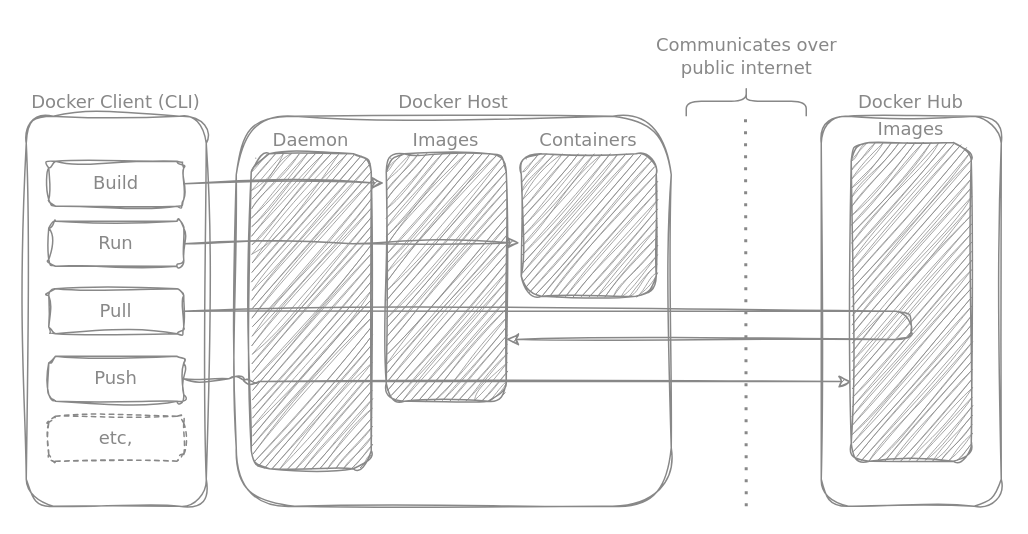
Above: diagrams/docker_architecture.drawio in MichaelStott/tech-squawks (draw.io), before the change. Source tidied: cells renumbered, new cells numbered last; positions are measured from the earlier drawing's top-left corner, leaving out a move shared by most shapes. Both pictures are drawn from the tidied source at 150%, with x=0, y=0 at pixel (26, 26).
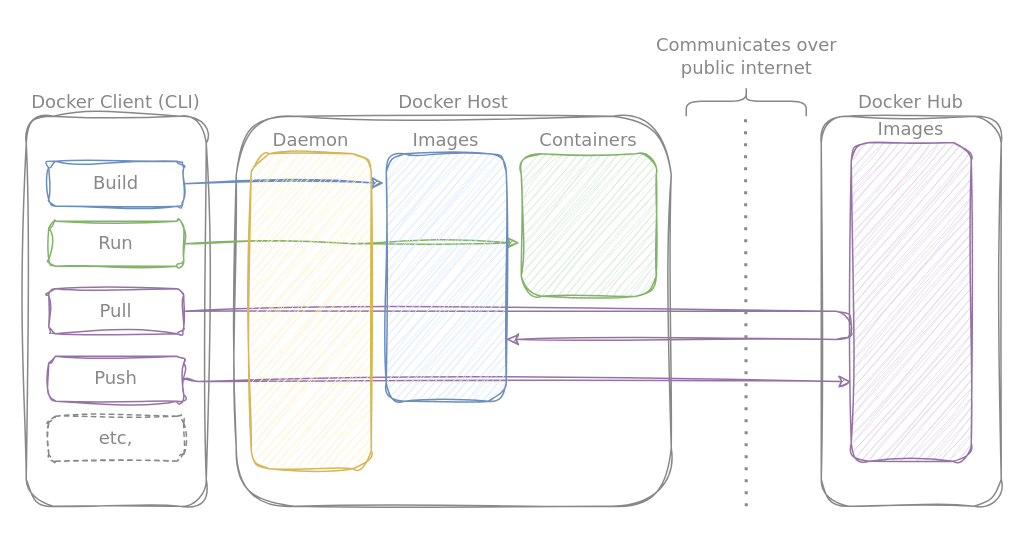
Above is the later version.

Commit message (it also covers changes not shown here):
Updating Docker overview (#79)

Change to the diagram source:
```diff
@@
-    <mxCell id="5" style="edgeStyle=orthogonalEdgeStyle;jettySize=auto;html=1;exitX=1;exitY=0.5;exitDx=0;exitDy=0;entryX=-0.02;entryY=0.118;entryDx=0;entryDy=0;entryPerimeter=0;curved=1;sketch=1;curveFitting=1;jiggle=2;strokeColor=#888888;fontColor=#888888;" parent="1" edge="1" source="6" target="15">
+    <mxCell id="5" style="edgeStyle=orthogonalEdgeStyle;jettySize=auto;html=1;exitX=1;exitY=0.5;exitDx=0;exitDy=0;entryX=-0.02;entryY=0.118;entryDx=0;entryDy=0;entryPerimeter=0;curved=1;sketch=1;curveFitting=1;jiggle=2;strokeColor=#6c8ebf;fontColor=#888888;fillColor=#dae8fc;" parent="1" edge="1" source="6" target="15">
       <mxGeometry relative="1" as="geometry" />
     </mxCell>
-    <mxCell id="6" value="Build" style="rounded=1;whiteSpace=wrap;html=1;fillColor=none;fontFamily=Verdana;sketch=1;curveFitting=1;jiggle=2;strokeColor=#888888;fontColor=#888888;" parent="1" vertex="1">
+    <mxCell id="6" value="&lt;font color=&quot;#888888&quot;&gt;Build&lt;/font&gt;" style="rounded=1;whiteSpace=wrap;html=1;fillColor=none;fontFamily=Verdana;sketch=1;curveFitting=1;jiggle=2;strokeColor=#6c8ebf;" parent="1" vertex="1">
       <mxGeometry x="15" y="90" width="90" height="30" as="geometry" />
     </mxCell>
-    <mxCell id="7" style="edgeStyle=orthogonalEdgeStyle;rounded=0;jettySize=auto;html=1;exitX=1;exitY=0.5;exitDx=0;exitDy=0;entryX=-0.013;entryY=0.625;entryDx=0;entryDy=0;entryPerimeter=0;sketch=1;curveFitting=1;jiggle=2;strokeColor=#888888;fontColor=#888888;" parent="1" edge="1" source="8" target="16">
+    <mxCell id="7" style="edgeStyle=orthogonalEdgeStyle;rounded=0;jettySize=auto;html=1;exitX=1;exitY=0.5;exitDx=0;exitDy=0;entryX=-0.013;entryY=0.625;entryDx=0;entryDy=0;entryPerimeter=0;sketch=1;curveFitting=1;jiggle=2;strokeColor=#82b366;fontColor=#888888;fillColor=#d5e8d4;" parent="1" edge="1" source="8" target="16">
       <mxGeometry relative="1" as="geometry" />
     </mxCell>
-    <mxCell id="8" value="Run" style="rounded=1;whiteSpace=wrap;html=1;fillColor=none;fontFamily=Verdana;sketch=1;curveFitting=1;jiggle=2;strokeColor=#888888;fontColor=#888888;" parent="1" vertex="1">
+    <mxCell id="8" value="&lt;font color=&quot;#888888&quot;&gt;Run&lt;/font&gt;" style="rounded=1;whiteSpace=wrap;html=1;fillColor=none;fontFamily=Verdana;sketch=1;curveFitting=1;jiggle=2;strokeColor=#82b366;" parent="1" vertex="1">
       <mxGeometry x="15" y="130" width="90" height="30" as="geometry" />
     </mxCell>
-    <mxCell id="9" style="edgeStyle=orthogonalEdgeStyle;rounded=1;jettySize=auto;html=1;exitX=1;exitY=0.5;exitDx=0;exitDy=0;entryX=1;entryY=0.75;entryDx=0;entryDy=0;sketch=1;curveFitting=1;jiggle=2;strokeColor=#888888;fontColor=#888888;" parent="1" edge="1" source="10" target="15">
+    <mxCell id="9" style="edgeStyle=orthogonalEdgeStyle;rounded=1;jettySize=auto;html=1;exitX=1;exitY=0.5;exitDx=0;exitDy=0;entryX=1;entryY=0.75;entryDx=0;entryDy=0;sketch=1;curveFitting=1;jiggle=2;strokeColor=#9673a6;fontColor=#888888;fillColor=#e1d5e7;" parent="1" edge="1" source="10" target="15">
       <mxGeometry relative="1" as="geometry">
         <Array as="points">
-          <mxPoint x="590" y="190" />
-          <mxPoint x="590" y="209" />
+          <mxPoint x="550" y="190" />
+          <mxPoint x="550" y="209" />
         </Array>
       </mxGeometry>
     </mxCell>
-    <mxCell id="10" value="Pull" style="rounded=1;whiteSpace=wrap;html=1;fillColor=none;fontFamily=Verdana;sketch=1;curveFitting=1;jiggle=2;strokeColor=#888888;fontColor=#888888;" parent="1" vertex="1">
+    <mxCell id="10" value="&lt;font color=&quot;#888888&quot;&gt;Pull&lt;/font&gt;" style="rounded=1;whiteSpace=wrap;html=1;fillColor=none;fontFamily=Verdana;sketch=1;curveFitting=1;jiggle=2;strokeColor=#9673a6;" parent="1" vertex="1">
       <mxGeometry x="15" y="175" width="90" height="30" as="geometry" />
     </mxCell>
-    <mxCell id="11" style="edgeStyle=orthogonalEdgeStyle;rounded=1;jettySize=auto;html=1;exitX=1;exitY=0.5;exitDx=0;exitDy=0;entryX=0;entryY=0.75;entryDx=0;entryDy=0;sketch=1;curveFitting=1;jiggle=2;strokeColor=#888888;fontColor=#888888;" parent="1" edge="1" source="12" target="17">
+    <mxCell id="11" style="edgeStyle=orthogonalEdgeStyle;rounded=1;jettySize=auto;html=1;exitX=1;exitY=0.5;exitDx=0;exitDy=0;entryX=0;entryY=0.75;entryDx=0;entryDy=0;sketch=1;curveFitting=1;jiggle=2;strokeColor=#9673a6;fontColor=#888888;fillColor=#e1d5e7;" parent="1" edge="1" source="12" target="17">
       <mxGeometry relative="1" as="geometry">
         <Array as="points">
-          <mxPoint x="145" y="237" />
+          <mxPoint x="105" y="237" />
         </Array>
       </mxGeometry>
     </mxCell>
-    <mxCell id="12" value="Push" style="rounded=1;whiteSpace=wrap;html=1;fillColor=none;fontFamily=Verdana;sketch=1;curveFitting=1;jiggle=2;strokeColor=#888888;fontColor=#888888;" parent="1" vertex="1">
+    <mxCell id="12" value="&lt;font color=&quot;#888888&quot;&gt;Push&lt;/font&gt;" style="rounded=1;whiteSpace=wrap;html=1;fillColor=none;fontFamily=Verdana;sketch=1;curveFitting=1;jiggle=2;strokeColor=#9673a6;" parent="1" vertex="1">
       <mxGeometry x="15" y="220" width="90" height="30" as="geometry" />
     </mxCell>
@@
-    <mxCell id="14" value="Daemon" style="rounded=1;whiteSpace=wrap;html=1;fillColor=#888888;fontFamily=Verdana;sketch=1;curveFitting=1;jiggle=2;labelPosition=center;verticalLabelPosition=top;align=center;verticalAlign=bottom;strokeColor=#888888;fontColor=#888888;" parent="1" vertex="1">
+    <mxCell id="14" value="&lt;font color=&quot;#888888&quot;&gt;Daemon&lt;/font&gt;" style="rounded=1;whiteSpace=wrap;html=1;fillColor=#fff2cc;fontFamily=Verdana;sketch=1;curveFitting=1;jiggle=2;labelPosition=center;verticalLabelPosition=top;align=center;verticalAlign=bottom;strokeColor=#d6b656;" parent="1" vertex="1">
       <mxGeometry x="150" y="85" width="80" height="210" as="geometry" />
     </mxCell>
-    <mxCell id="15" value="Images" style="rounded=1;whiteSpace=wrap;html=1;fillColor=#888888;fontFamily=Verdana;sketch=1;curveFitting=1;jiggle=2;labelPosition=center;verticalLabelPosition=top;align=center;verticalAlign=bottom;strokeColor=#888888;fontColor=#888888;" parent="1" vertex="1">
+    <mxCell id="15" value="&lt;font color=&quot;#888888&quot;&gt;Images&lt;/font&gt;" style="rounded=1;whiteSpace=wrap;html=1;fillColor=#dae8fc;fontFamily=Verdana;sketch=1;curveFitting=1;jiggle=2;labelPosition=center;verticalLabelPosition=top;align=center;verticalAlign=bottom;strokeColor=#6c8ebf;" parent="1" vertex="1">
       <mxGeometry x="240" y="85" width="80" height="165" as="geometry" />
     </mxCell>
-    <mxCell id="16" value="Containers" style="rounded=1;whiteSpace=wrap;html=1;fillColor=#888888;fontFamily=Verdana;sketch=1;curveFitting=1;jiggle=2;labelPosition=center;verticalLabelPosition=top;align=center;verticalAlign=bottom;strokeColor=#888888;fontColor=#888888;" parent="1" vertex="1">
+    <mxCell id="16" value="&lt;font color=&quot;#888888&quot;&gt;Containers&lt;/font&gt;" style="rounded=1;whiteSpace=wrap;html=1;fillColor=#d5e8d4;fontFamily=Verdana;sketch=1;curveFitting=1;jiggle=2;labelPosition=center;verticalLabelPosition=top;align=center;verticalAlign=bottom;strokeColor=#82b366;" parent="1" vertex="1">
       <mxGeometry x="330" y="85" width="90" height="95" as="geometry" />
     </mxCell>
-    <mxCell id="17" value="Images" style="rounded=1;whiteSpace=wrap;html=1;fillColor=#888888;fontFamily=Verdana;sketch=1;curveFitting=1;jiggle=2;labelPosition=center;verticalLabelPosition=top;align=center;verticalAlign=bottom;strokeColor=#888888;fontColor=#888888;" parent="1" vertex="1">
+    <mxCell id="17" value="&lt;font color=&quot;#888888&quot;&gt;Images&lt;/font&gt;" style="rounded=1;whiteSpace=wrap;html=1;fillColor=#e1d5e7;fontFamily=Verdana;sketch=1;curveFitting=1;jiggle=2;labelPosition=center;verticalLabelPosition=top;align=center;verticalAlign=bottom;strokeColor=#9673a6;" parent="1" vertex="1">
       <mxGeometry x="550" y="77.5" width="80" height="212.5" as="geometry" />
     </mxCell>
```
